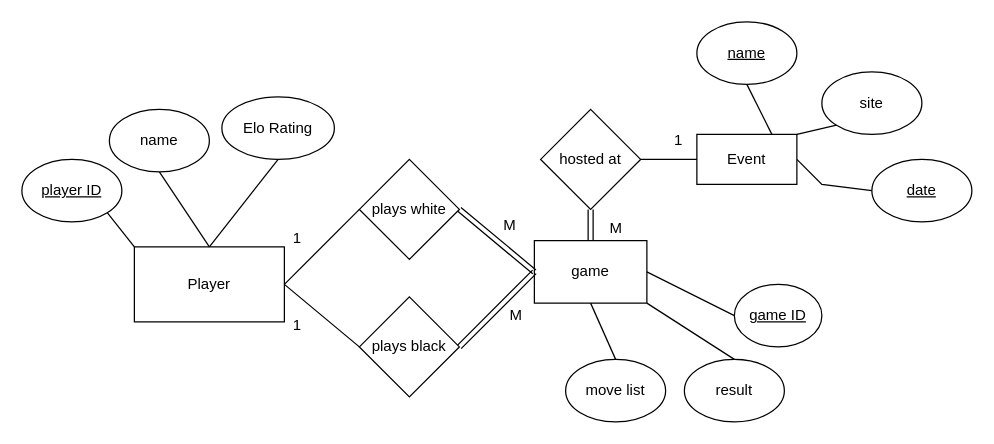
Branden-Frieden/MSD keeps this draw.io diagram as CS6016/Untitled Diagram.drawio. Above is the earlier version. Source tidied: cells renumbered, new cells numbered last; positions are measured from the earlier drawing's top-left corner, leaving out a move shared by most shapes. Both pictures are drawn from the tidied source at 125%, with x=0, y=0 at pixel (21, 21).
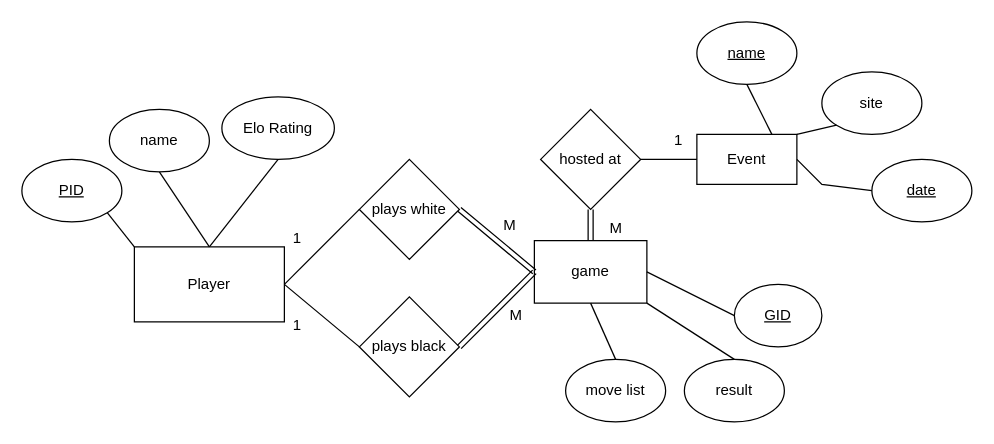
Above is the later version.

What changed in the source:
```diff
@@
-    <mxCell id="25" value="&lt;u&gt;player ID&lt;/u&gt;" style="ellipse;whiteSpace=wrap;html=1;" parent="1" vertex="1">
+    <mxCell id="25" value="&lt;u&gt;PID&lt;/u&gt;" style="ellipse;whiteSpace=wrap;html=1;" parent="1" vertex="1">
       <mxGeometry y="110" width="80" height="50" as="geometry" />
     </mxCell>
@@
-    <mxCell id="29" value="&lt;u&gt;game ID&lt;/u&gt;" style="ellipse;whiteSpace=wrap;html=1;" parent="1" vertex="1">
+    <mxCell id="29" value="&lt;u&gt;GID&lt;/u&gt;" style="ellipse;whiteSpace=wrap;html=1;" parent="1" vertex="1">
       <mxGeometry x="570" y="210" width="70" height="50" as="geometry" />
     </mxCell>
```
